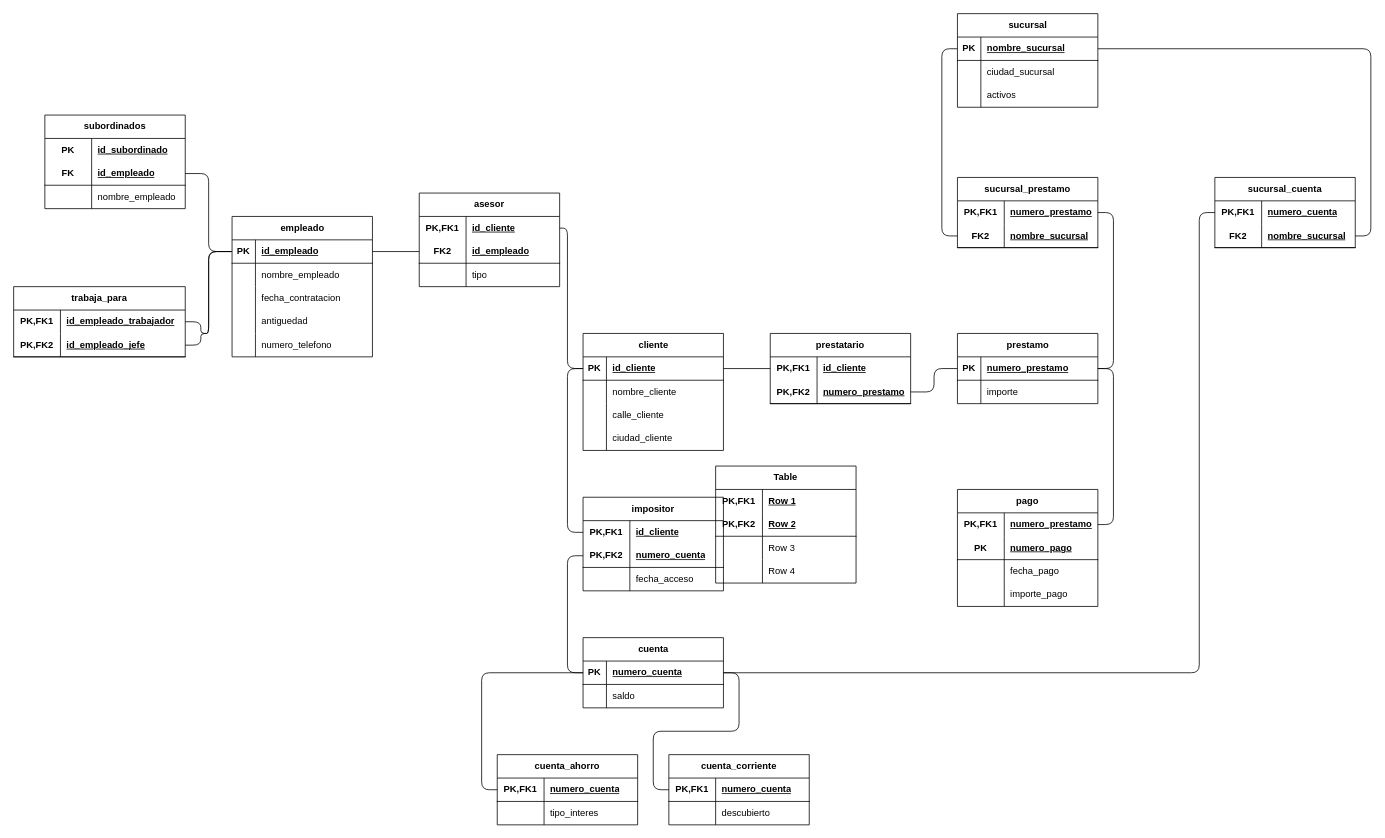
Above: Activity-Relational-Diagram.drawio in xmr-p/DatabaseCharts (draw.io), before the change. Source tidied: cells renumbered, new cells numbered last; positions are measured from the earlier drawing's top-left corner, leaving out a move shared by most shapes. Both pictures are drawn from the tidied source at 78%, with x=0, y=0 at pixel (13, 13).
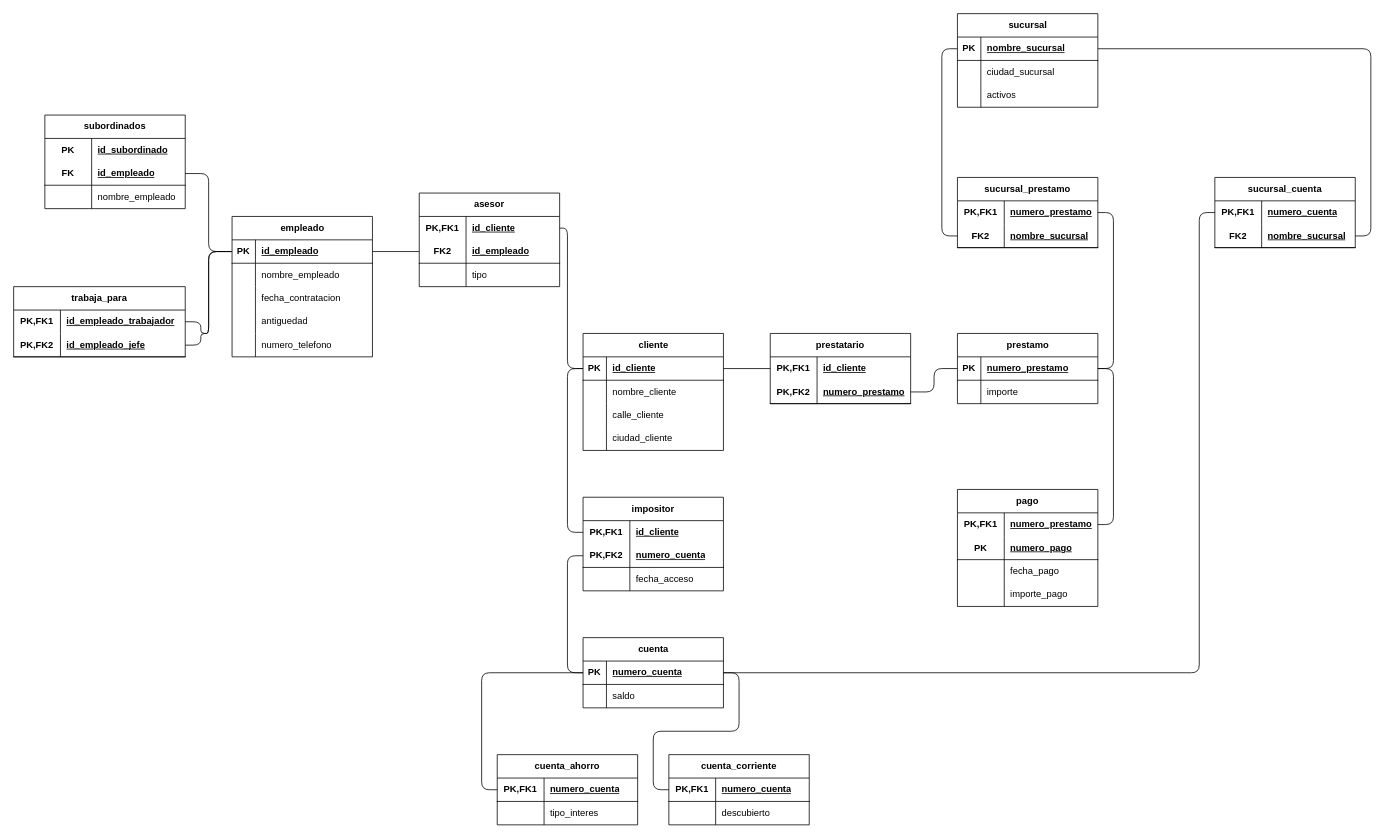
The same diagram, later.

Change to the diagram source:
```diff
@@
-    <mxCell id="140" value="Table" style="shape=table;startSize=30;childLayout=tableLayout;rowLines=0;fontStyle=1;align=center;html=1;whiteSpace=wrap;strokeColor=default;verticalAlign=middle;fontFamily=Helvetica;fontSize=12;fontColor=default;fillColor=none;" parent="1" vertex="1">
-      <mxGeometry x="900" y="580" width="180" height="150" as="geometry" />
-    </mxCell>
-    <mxCell id="141" style="shape=tableRow;horizontal=0;startSize=0;swimlaneHead=0;swimlaneBody=0;fillColor=none;top=0;left=0;right=0;bottom=0;html=1;strokeColor=default;align=center;verticalAlign=middle;fontFamily=Helvetica;fontSize=12;fontColor=default;" parent="140" vertex="1">
-      <mxGeometry y="30" width="180" height="30" as="geometry" />
-    </mxCell>
-    <mxCell id="142" value="PK,FK1" style="shape=partialRectangle;fillColor=none;top=0;left=0;bottom=0;right=0;fontStyle=1;overflow=hidden;html=1;whiteSpace=wrap;strokeColor=default;align=center;verticalAlign=middle;fontFamily=Helvetica;fontSize=12;fontColor=default;" parent="141" vertex="1">
-      <mxGeometry width="60" height="30" as="geometry" />
-    </mxCell>
-    <mxCell id="143" value="Row 1" style="shape=partialRectangle;fillColor=none;top=0;left=0;bottom=0;right=0;align=left;spacingLeft=6;fontStyle=5;overflow=hidden;html=1;whiteSpace=wrap;strokeColor=default;verticalAlign=middle;fontFamily=Helvetica;fontSize=12;fontColor=default;" parent="141" vertex="1">
-      <mxGeometry x="60" width="120" height="30" as="geometry" />
-    </mxCell>
-    <mxCell id="144" style="shape=tableRow;horizontal=0;startSize=0;swimlaneHead=0;swimlaneBody=0;fillColor=none;top=0;left=0;right=0;bottom=1;html=1;strokeColor=default;align=center;verticalAlign=middle;fontFamily=Helvetica;fontSize=12;fontColor=default;" parent="140" vertex="1">
-      <mxGeometry y="60" width="180" height="30" as="geometry" />
-    </mxCell>
-    <mxCell id="145" value="PK,FK2" style="shape=partialRectangle;fillColor=none;top=0;left=0;bottom=0;right=0;fontStyle=1;overflow=hidden;html=1;whiteSpace=wrap;strokeColor=default;align=center;verticalAlign=middle;fontFamily=Helvetica;fontSize=12;fontColor=default;" parent="144" vertex="1">
-      <mxGeometry width="60" height="30" as="geometry" />
-    </mxCell>
-    <mxCell id="146" value="Row 2" style="shape=partialRectangle;fillColor=none;top=0;left=0;bottom=0;right=0;align=left;spacingLeft=6;fontStyle=5;overflow=hidden;html=1;whiteSpace=wrap;strokeColor=default;verticalAlign=middle;fontFamily=Helvetica;fontSize=12;fontColor=default;" parent="144" vertex="1">
-      <mxGeometry x="60" width="120" height="30" as="geometry" />
-    </mxCell>
-    <mxCell id="147" style="shape=tableRow;horizontal=0;startSize=0;swimlaneHead=0;swimlaneBody=0;fillColor=none;top=0;left=0;right=0;bottom=0;html=1;strokeColor=default;align=center;verticalAlign=middle;fontFamily=Helvetica;fontSize=12;fontColor=default;" parent="140" vertex="1">
-      <mxGeometry y="90" width="180" height="30" as="geometry" />
-    </mxCell>
-    <mxCell id="148" style="shape=partialRectangle;fillColor=none;top=0;left=0;bottom=0;right=0;overflow=hidden;html=1;whiteSpace=wrap;strokeColor=default;align=center;verticalAlign=middle;fontFamily=Helvetica;fontSize=12;fontColor=default;" parent="147" vertex="1">
-      <mxGeometry width="60" height="30" as="geometry" />
-    </mxCell>
-    <mxCell id="149" value="Row 3" style="shape=partialRectangle;fillColor=none;top=0;left=0;bottom=0;right=0;align=left;spacingLeft=6;overflow=hidden;html=1;whiteSpace=wrap;strokeColor=default;verticalAlign=middle;fontFamily=Helvetica;fontSize=12;fontColor=default;" parent="147" vertex="1">
-      <mxGeometry x="60" width="120" height="30" as="geometry" />
-    </mxCell>
-    <mxCell id="150" style="shape=tableRow;horizontal=0;startSize=0;swimlaneHead=0;swimlaneBody=0;fillColor=none;top=0;left=0;right=0;bottom=0;html=1;strokeColor=default;align=center;verticalAlign=middle;fontFamily=Helvetica;fontSize=12;fontColor=default;" parent="140" vertex="1">
-      <mxGeometry y="120" width="180" height="30" as="geometry" />
-    </mxCell>
-    <mxCell id="151" style="shape=partialRectangle;fillColor=none;top=0;left=0;bottom=0;right=0;overflow=hidden;html=1;whiteSpace=wrap;strokeColor=default;align=center;verticalAlign=middle;fontFamily=Helvetica;fontSize=12;fontColor=default;" parent="150" vertex="1">
-      <mxGeometry width="60" height="30" as="geometry" />
-    </mxCell>
-    <mxCell id="152" value="Row 4" style="shape=partialRectangle;fillColor=none;top=0;left=0;bottom=0;right=0;align=left;spacingLeft=6;overflow=hidden;html=1;whiteSpace=wrap;strokeColor=default;verticalAlign=middle;fontFamily=Helvetica;fontSize=12;fontColor=default;" parent="150" vertex="1">
-      <mxGeometry x="60" width="120" height="30" as="geometry" />
-    </mxCell>
```
